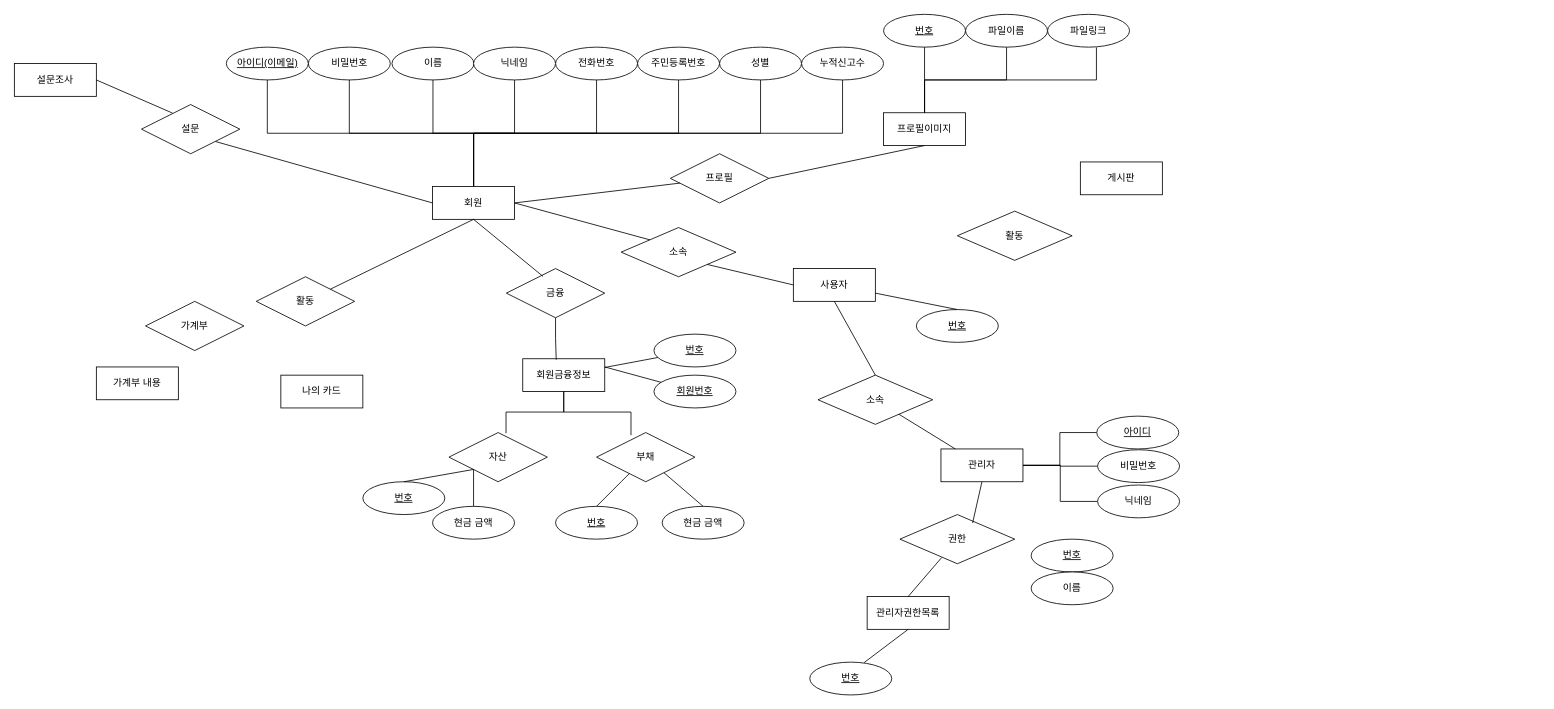
This is 제목 없는 다이어그램.drawio from Heailey/ERD, a draw.io file, before an edit. Source tidied: cells renumbered, new cells numbered last; positions are measured from the earlier drawing's top-left corner, leaving out a move shared by most shapes. Both pictures are drawn from the tidied source at 82%, with x=0, y=0 at pixel (14, 14).
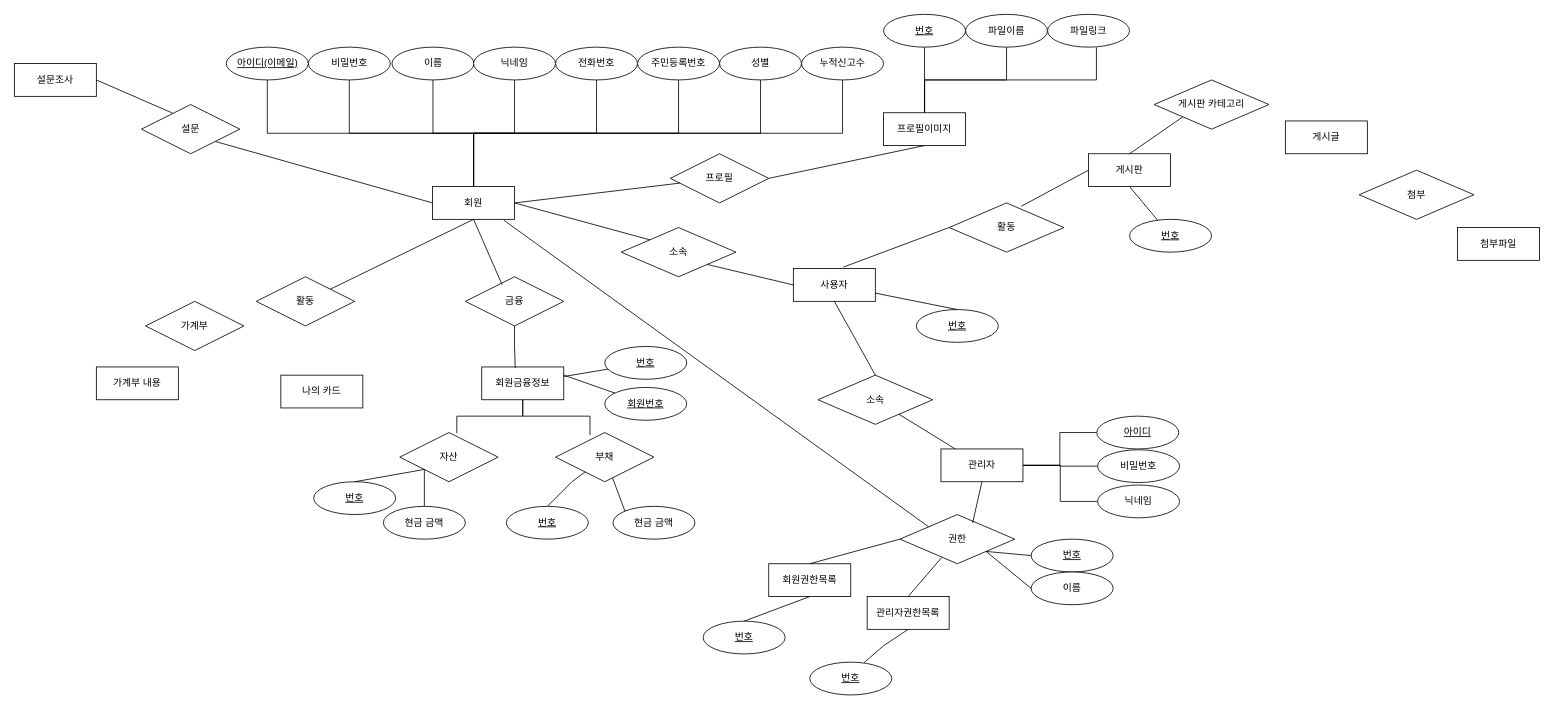
The same diagram, later.

Commit message (it also covers changes not shown here):
제목 없는 다이어그램.drawio 업데이트

Unchanged cells that the change refers to:
```xml
<mxCell id="16" value="회원" style="whiteSpace=wrap;html=1;align=center;" parent="1" vertex="1">
  <mxGeometry x="510" y="210" width="100" height="40" as="geometry" />
</mxCell>
<mxCell id="22" value="사용자" style="whiteSpace=wrap;html=1;" parent="1" vertex="1">
  <mxGeometry x="950" y="310" width="100" height="40" as="geometry" />
</mxCell>
<mxCell id="70" value="권한" style="shape=rhombus;perimeter=rhombusPerimeter;whiteSpace=wrap;html=1;align=center;" parent="1" vertex="1">
  <mxGeometry x="1080" y="610" width="140" height="60" as="geometry" />
</mxCell>
<mxCell id="71" value="관리자권한목록" style="whiteSpace=wrap;html=1;align=center;" parent="1" vertex="1">
  <mxGeometry x="1040" y="710" width="100" height="40" as="geometry" />
</mxCell>
<mxCell id="72" value="번호" style="ellipse;whiteSpace=wrap;html=1;align=center;fontStyle=4;" parent="1" vertex="1">
  <mxGeometry x="970" y="790" width="100" height="40" as="geometry" />
</mxCell>
<mxCell id="83" value="번호" style="ellipse;whiteSpace=wrap;html=1;align=center;fontStyle=4;" parent="1" vertex="1">
  <mxGeometry x="1240" y="640" width="100" height="40" as="geometry" />
</mxCell>
<mxCell id="84" value="이름" style="ellipse;whiteSpace=wrap;html=1;align=center;" parent="1" vertex="1">
  <mxGeometry x="1240" y="680" width="100" height="40" as="geometry" />
</mxCell>
```

The edit, as a diff of the source:
```diff
@@
     <mxCell id="33" value="회원금융정보" style="whiteSpace=wrap;html=1;" parent="1" vertex="1">
-      <mxGeometry x="620" y="420" width="100" height="40" as="geometry" />
+      <mxGeometry x="570" y="430" width="100" height="40" as="geometry" />
     </mxCell>
@@
     <mxCell id="37" value="금융" style="shape=rhombus;perimeter=rhombusPerimeter;whiteSpace=wrap;html=1;align=center;" parent="1" vertex="1">
-      <mxGeometry x="600" y="310" width="120" height="60" as="geometry" />
+      <mxGeometry x="550" y="320" width="120" height="60" as="geometry" />
     </mxCell>
@@
     <mxCell id="40" value="번호" style="ellipse;whiteSpace=wrap;html=1;align=center;fontStyle=4;" parent="1" vertex="1">
-      <mxGeometry x="780" y="390" width="100" height="40" as="geometry" />
+      <mxGeometry x="720" y="405" width="100" height="40" as="geometry" />
     </mxCell>
@@
     <mxCell id="45" value="부채" style="shape=rhombus;perimeter=rhombusPerimeter;whiteSpace=wrap;html=1;align=center;" parent="1" vertex="1">
-      <mxGeometry x="710" y="510" width="120" height="60" as="geometry" />
+      <mxGeometry x="660" y="510" width="120" height="60" as="geometry" />
     </mxCell>
@@
     <mxCell id="47" value="번호" style="ellipse;whiteSpace=wrap;html=1;align=center;fontStyle=4;" parent="1" vertex="1">
-      <mxGeometry x="660" y="600" width="100" height="40" as="geometry" />
+      <mxGeometry x="600" y="600" width="100" height="40" as="geometry" />
     </mxCell>
     <mxCell id="48" value="현금 금액" style="ellipse;whiteSpace=wrap;html=1;align=center;" parent="1" vertex="1">
-      <mxGeometry x="790" y="600" width="100" height="40" as="geometry" />
+      <mxGeometry x="730" y="600" width="100" height="40" as="geometry" />
     </mxCell>
     <mxCell id="49" style="endArrow=none;html=1;rounded=0;exitX=0.5;exitY=0;exitDx=0;exitDy=0;" parent="1" edge="1" source="47" target="45">
       <mxGeometry relative="1" as="geometry">
         <Array as="points">
-          <mxPoint x="740" y="570" />
+          <mxPoint x="680" y="570" />
         </Array>
       </mxGeometry>
     </mxCell>
-    <mxCell id="50" style="endArrow=none;html=1;rounded=0;exitX=0.5;exitY=0;exitDx=0;exitDy=0;" parent="1" edge="1" source="48" target="45">
+    <mxCell id="50" style="endArrow=none;html=1;rounded=0;exitX=0;exitY=0;exitDx=0;exitDy=0;" parent="1" edge="1" source="48" target="45">
       <mxGeometry relative="1" as="geometry" />
     </mxCell>
     <mxCell id="51" value="자산" style="shape=rhombus;perimeter=rhombusPerimeter;whiteSpace=wrap;html=1;align=center;" parent="1" vertex="1">
-      <mxGeometry x="530" y="510" width="120" height="60" as="geometry" />
+      <mxGeometry x="470" y="510" width="120" height="60" as="geometry" />
     </mxCell>
     <mxCell id="52" value="번호" style="ellipse;whiteSpace=wrap;html=1;align=center;fontStyle=4;" parent="1" vertex="1">
-      <mxGeometry x="425" y="570" width="100" height="40" as="geometry" />
+      <mxGeometry x="365" y="570" width="100" height="40" as="geometry" />
     </mxCell>
     <mxCell id="53" value="현금 금액" style="ellipse;whiteSpace=wrap;html=1;align=center;" parent="1" vertex="1">
-      <mxGeometry x="510" y="600" width="100" height="40" as="geometry" />
+      <mxGeometry x="450" y="600" width="100" height="40" as="geometry" />
     </mxCell>
@@
     <mxCell id="58" value="회원번호" style="ellipse;whiteSpace=wrap;html=1;align=center;fontStyle=4;" parent="1" vertex="1">
-      <mxGeometry x="780" y="440" width="100" height="40" as="geometry" />
+      <mxGeometry x="720" y="455" width="100" height="40" as="geometry" />
     </mxCell>
@@
     <mxCell id="79" style="endArrow=none;html=1;rounded=0;entryX=0.5;entryY=1;entryDx=0;entryDy=0;exitX=0.663;exitY=0.014;exitDx=0;exitDy=0;exitPerimeter=0;" parent="1" edge="1" source="72" target="71">
-      <mxGeometry relative="1" as="geometry" />
+      <mxGeometry relative="1" as="geometry">
+        <Array as="points">
+          <mxPoint x="1060" y="770" />
+        </Array>
+      </mxGeometry>
     </mxCell>
     <mxCell id="80" value="활동" style="shape=rhombus;perimeter=rhombusPerimeter;whiteSpace=wrap;html=1;align=center;" parent="1" vertex="1">
-      <mxGeometry x="1150" y="240" width="140" height="60" as="geometry" />
+      <mxGeometry x="1140" y="230" width="140" height="60" as="geometry" />
     </mxCell>
     <mxCell id="81" value="게시판" style="whiteSpace=wrap;html=1;align=center;" parent="1" vertex="1">
-      <mxGeometry x="1300" y="180" width="100" height="40" as="geometry" />
+      <mxGeometry x="1310" y="170" width="100" height="40" as="geometry" />
     </mxCell>
@@
+    <mxCell id="85" style="endArrow=none;html=1;rounded=0;exitX=1;exitY=1;exitDx=0;exitDy=0;entryX=0;entryY=0.5;entryDx=0;entryDy=0;" parent="1" edge="1" source="70" target="83">
+      <mxGeometry relative="1" as="geometry" />
+    </mxCell>
+    <mxCell id="86" style="endArrow=none;html=1;rounded=0;exitX=1;exitY=1;exitDx=0;exitDy=0;entryX=0;entryY=0.5;entryDx=0;entryDy=0;" parent="1" edge="1" source="70" target="84">
+      <mxGeometry relative="1" as="geometry" />
+    </mxCell>
+    <mxCell id="87" style="endArrow=none;html=1;rounded=0;exitX=0.871;exitY=1.029;exitDx=0;exitDy=0;exitPerimeter=0;entryX=0;entryY=0;entryDx=0;entryDy=0;" parent="1" edge="1" source="16" target="70">
+      <mxGeometry relative="1" as="geometry" />
+    </mxCell>
+    <mxCell id="88" value="회원권한목록" style="whiteSpace=wrap;html=1;" parent="1" vertex="1">
+      <mxGeometry x="920" y="670" width="100" height="40" as="geometry" />
+    </mxCell>
+    <mxCell id="89" style="endArrow=none;html=1;rounded=0;entryX=0;entryY=0.5;entryDx=0;entryDy=0;exitX=0.5;exitY=0;exitDx=0;exitDy=0;" parent="1" edge="1" source="88" target="70">
+      <mxGeometry relative="1" as="geometry" />
+    </mxCell>
+    <mxCell id="90" value="번호" style="ellipse;whiteSpace=wrap;html=1;align=center;fontStyle=4;" parent="1" vertex="1">
+      <mxGeometry x="840" y="740" width="100" height="40" as="geometry" />
+    </mxCell>
+    <mxCell id="91" style="endArrow=none;html=1;rounded=0;exitX=0.5;exitY=0;exitDx=0;exitDy=0;entryX=0.5;entryY=1;entryDx=0;entryDy=0;" parent="1" edge="1" source="90" target="88">
+      <mxGeometry relative="1" as="geometry" />
+    </mxCell>
+    <mxCell id="92" style="endArrow=none;html=1;rounded=0;exitX=0.609;exitY=-0.043;exitDx=0;exitDy=0;exitPerimeter=0;entryX=0;entryY=0.5;entryDx=0;entryDy=0;" parent="1" edge="1" source="22" target="80">
+      <mxGeometry relative="1" as="geometry" />
+    </mxCell>
+    <mxCell id="93" style="endArrow=none;html=1;rounded=0;exitX=0.629;exitY=0.067;exitDx=0;exitDy=0;exitPerimeter=0;entryX=0;entryY=0.5;entryDx=0;entryDy=0;" parent="1" edge="1" source="80" target="81">
+      <mxGeometry relative="1" as="geometry" />
+    </mxCell>
+    <mxCell id="94" value="번호" style="ellipse;whiteSpace=wrap;html=1;align=center;fontStyle=4;" parent="1" vertex="1">
+      <mxGeometry x="1360" y="250" width="100" height="40" as="geometry" />
+    </mxCell>
+    <mxCell id="95" value="게시판 카테고리" style="shape=rhombus;perimeter=rhombusPerimeter;whiteSpace=wrap;html=1;align=center;" parent="1" vertex="1">
+      <mxGeometry x="1390" y="80" width="140" height="60" as="geometry" />
+    </mxCell>
+    <mxCell id="96" value="게시글" style="whiteSpace=wrap;html=1;align=center;" parent="1" vertex="1">
+      <mxGeometry x="1550" y="130" width="100" height="40" as="geometry" />
+    </mxCell>
+    <mxCell id="97" value="첨부" style="shape=rhombus;perimeter=rhombusPerimeter;whiteSpace=wrap;html=1;align=center;" parent="1" vertex="1">
+      <mxGeometry x="1640" y="190" width="140" height="60" as="geometry" />
+    </mxCell>
+    <mxCell id="98" value="첨부파일" style="whiteSpace=wrap;html=1;align=center;" parent="1" vertex="1">
+      <mxGeometry x="1760" y="260" width="100" height="40" as="geometry" />
+    </mxCell>
+    <mxCell id="99" style="endArrow=none;html=1;rounded=0;exitX=0.5;exitY=0;exitDx=0;exitDy=0;entryX=0;entryY=1;entryDx=0;entryDy=0;" parent="1" edge="1" source="81" target="95">
+      <mxGeometry relative="1" as="geometry" />
+    </mxCell>
+    <mxCell id="100" style="endArrow=none;html=1;rounded=0;exitX=0.5;exitY=1;exitDx=0;exitDy=0;" parent="1" edge="1" source="81" target="94">
+      <mxGeometry relative="1" as="geometry" />
+    </mxCell>
```
